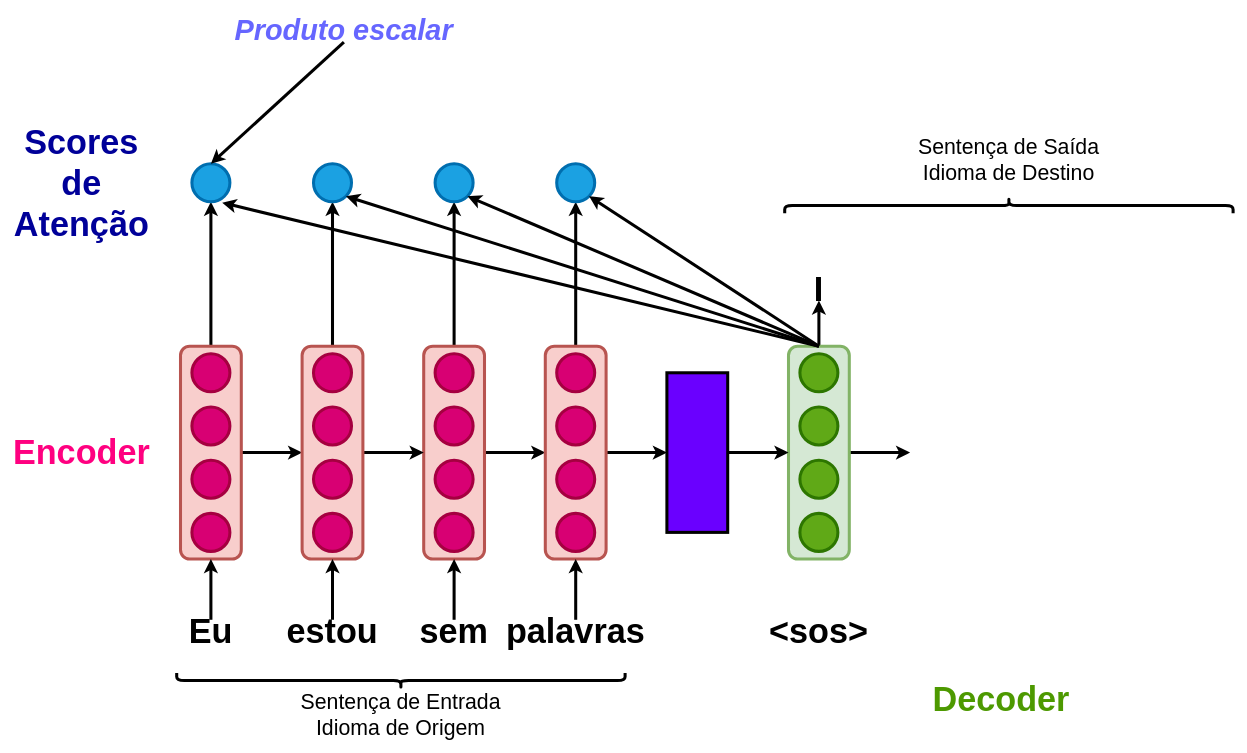
This is attention_1.drawio from viniciusrpb/drawio_flowcharts, a draw.io file, before an edit. Source tidied: cells renumbered, new cells numbered last; positions are measured from the earlier drawing's top-left corner, leaving out a move shared by most shapes. Both pictures are drawn from the tidied source at 76%, with x=0, y=0 at pixel (51, -19).
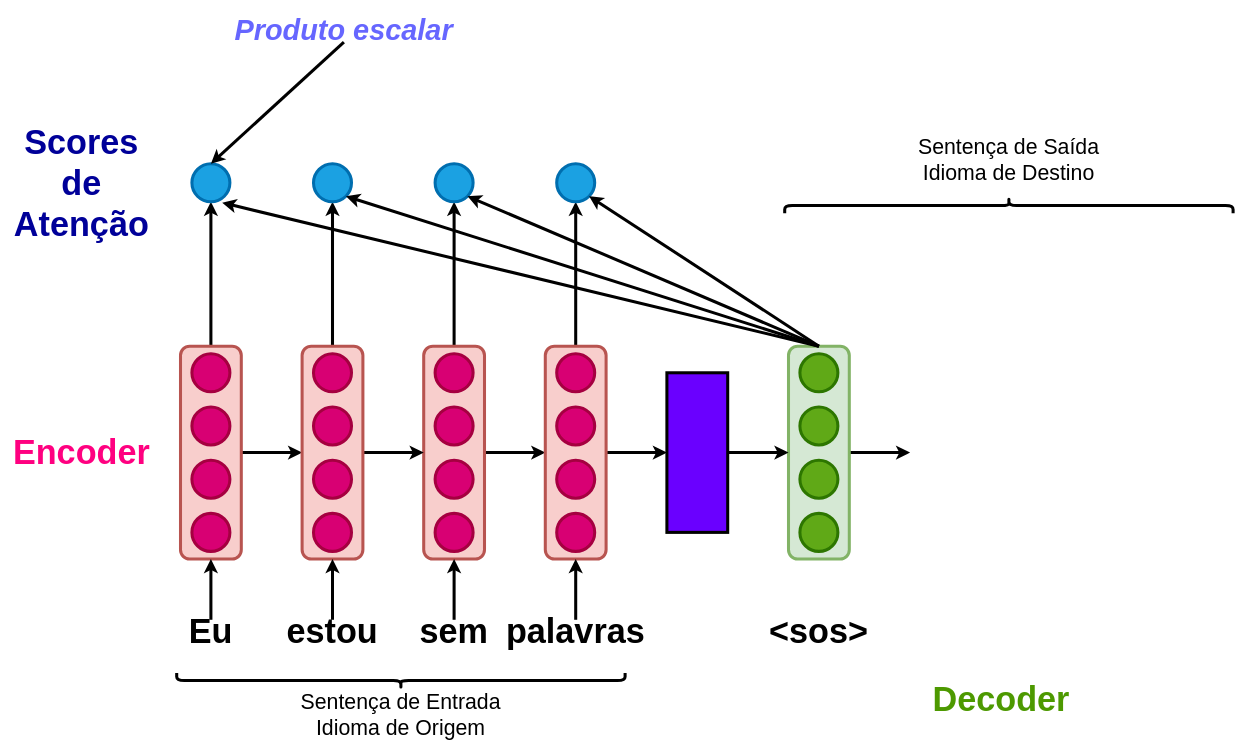
Above is the later version.

The change refers to these unchanged cells:
```xml
<mxCell id="22" style="rounded=1;whiteSpace=wrap;html=1;fillColor=#d5e8d4;strokeColor=#82b366;strokeWidth=4;" parent="1" vertex="1">
  <mxGeometry x="970" y="480" width="80" height="280" as="geometry" />
</mxCell>
```

The edit, as a diff of the source:
```diff
@@
-    <mxCell id="20" style="edgeStyle=orthogonalEdgeStyle;rounded=0;jettySize=auto;html=1;exitX=0.5;exitY=0;exitDx=0;exitDy=0;strokeWidth=4;" parent="1" edge="1" source="22" target="48">
-      <mxGeometry relative="1" as="geometry" />
-    </mxCell>
@@
-    <mxCell id="48" value="I" style="text;html=1;align=center;verticalAlign=middle;whiteSpace=wrap;rounded=0;fontStyle=1;fontSize=45;" parent="1" vertex="1">
-      <mxGeometry x="980" y="390" width="60" height="30" as="geometry" />
-    </mxCell>
```
